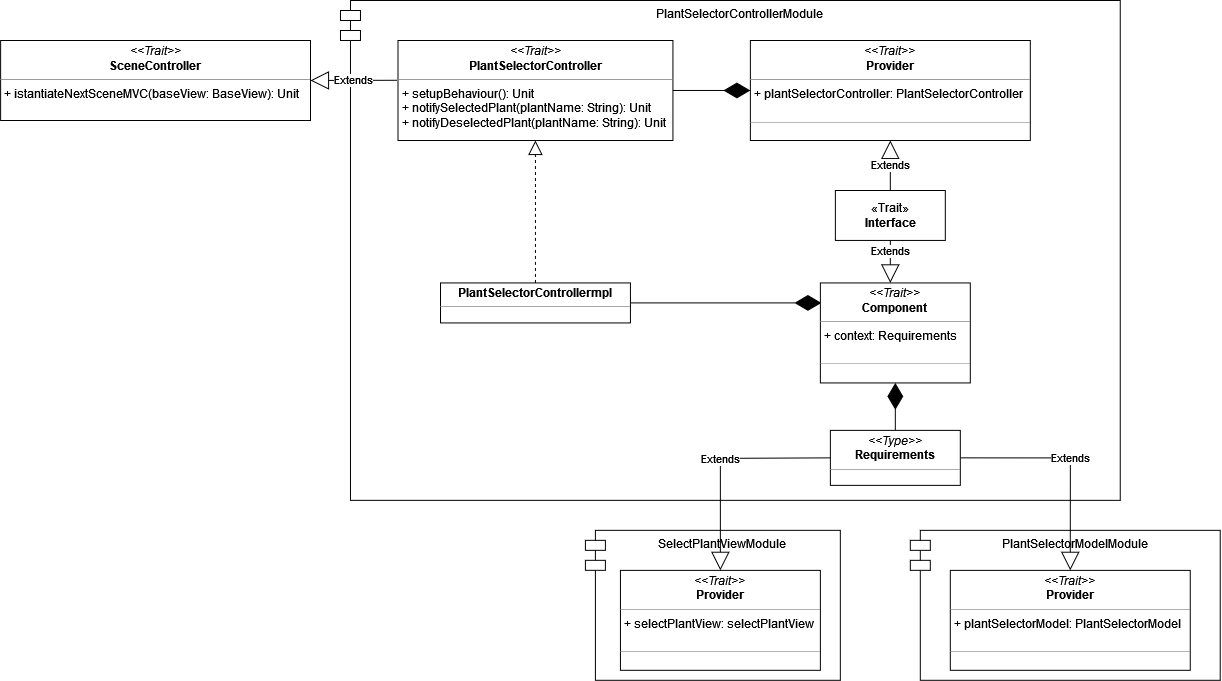
AnnaVitali/PPS-22-smartgh keeps this draw.io diagram as docs/img/plant_selector_controller.png. Above is the earlier version. Source tidied: cells renumbered, new cells last; positions are measured from the earlier drawing's top-left corner, leaving out a move shared by most shapes.
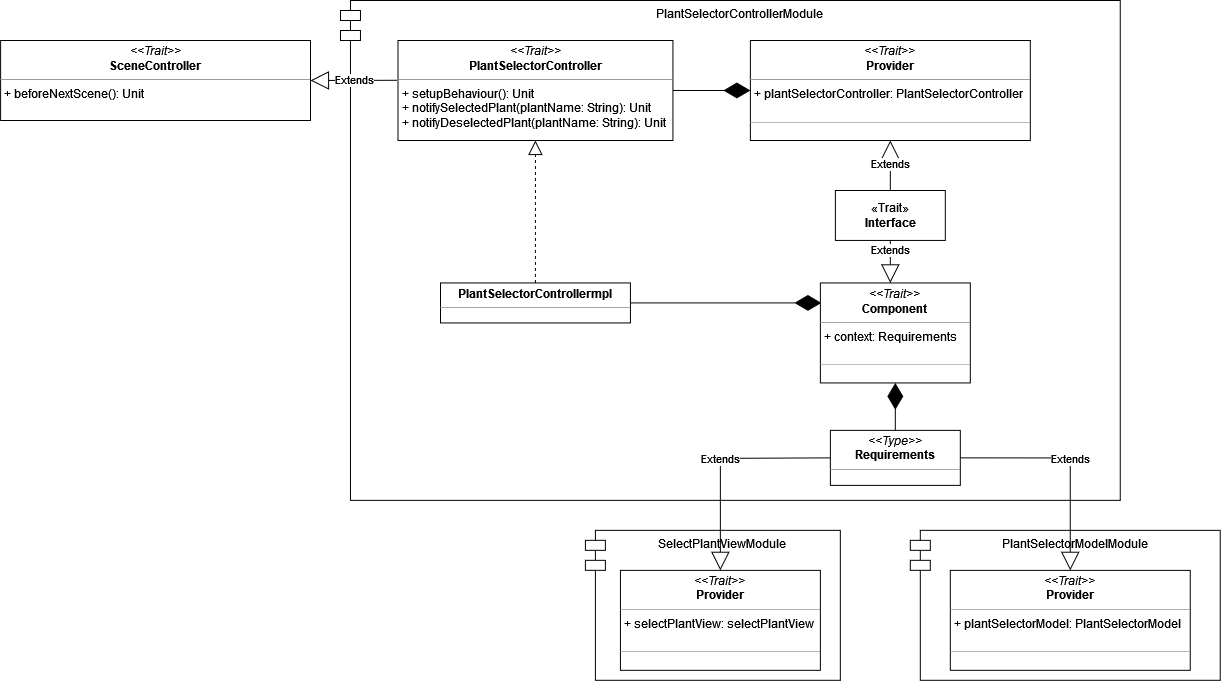
Above is the later version.

Diff of the diagram source:
```diff
@@ -14,7 +14,7 @@
     <mxCell id="5" value="&lt;p style=&quot;margin:0px;margin-top:4px;text-align:center;&quot;&gt;&lt;i&gt;&amp;lt;&amp;lt;Trait&amp;gt;&amp;gt;&lt;/i&gt;&lt;br&gt;&lt;b&gt;PlantSelectorController&lt;/b&gt;&lt;br&gt;&lt;/p&gt;&lt;hr size=&quot;1&quot;&gt;&lt;p style=&quot;margin:0px;margin-left:4px;&quot;&gt;+ setupBehaviour(): Unit&lt;br&gt;+ notifySelectedPlant(plantName: String): Unit&lt;/p&gt;&lt;p style=&quot;margin:0px;margin-left:4px;&quot;&gt;+ notifyDeselectedPlant(plantName: String): Unit&lt;/p&gt;" style="verticalAlign=top;align=left;overflow=fill;fontSize=12;fontFamily=Helvetica;html=1;fillColor=default;" parent="1" vertex="1">
       <mxGeometry x="397.5" y="40" width="275" height="100" as="geometry" />
     </mxCell>
-    <mxCell id="6" value="&lt;p style=&quot;margin:0px;margin-top:4px;text-align:center;&quot;&gt;&lt;i&gt;&amp;lt;&amp;lt;Trait&amp;gt;&amp;gt;&lt;/i&gt;&lt;br&gt;&lt;b&gt;SceneController&lt;/b&gt;&lt;br&gt;&lt;/p&gt;&lt;hr size=&quot;1&quot;&gt;&lt;p style=&quot;margin:0px;margin-left:4px;&quot;&gt;+ istantiateNextSceneMVC(baseView: BaseView): Unit&lt;/p&gt;" style="verticalAlign=top;align=left;overflow=fill;fontSize=12;fontFamily=Helvetica;html=1;fillColor=default;" parent="1" vertex="1">
+    <mxCell id="6" value="&lt;p style=&quot;margin:0px;margin-top:4px;text-align:center;&quot;&gt;&lt;i&gt;&amp;lt;&amp;lt;Trait&amp;gt;&amp;gt;&lt;/i&gt;&lt;br&gt;&lt;b&gt;SceneController&lt;/b&gt;&lt;br&gt;&lt;/p&gt;&lt;hr size=&quot;1&quot;&gt;&lt;p style=&quot;margin:0px;margin-left:4px;&quot;&gt;+ beforeNextScene(): Unit&lt;/p&gt;" style="verticalAlign=top;align=left;overflow=fill;fontSize=12;fontFamily=Helvetica;html=1;fillColor=default;" parent="1" vertex="1">
       <mxGeometry y="40" width="310" height="80" as="geometry" />
     </mxCell>
     <mxCell id="7" value="&lt;p style=&quot;margin:0px;margin-top:4px;text-align:center;&quot;&gt;&lt;i&gt;&amp;lt;&amp;lt;Trait&amp;gt;&amp;gt;&lt;/i&gt;&lt;br&gt;&lt;b&gt;Provider&lt;/b&gt;&lt;br&gt;&lt;/p&gt;&lt;hr size=&quot;1&quot;&gt;&lt;p style=&quot;margin:0px;margin-left:4px;&quot;&gt;+ plantSelectorController: PlantSelectorController&lt;br&gt;&lt;br&gt;&lt;/p&gt;&lt;hr size=&quot;1&quot;&gt;" style="verticalAlign=top;align=left;overflow=fill;fontSize=12;fontFamily=Helvetica;html=1;fillColor=default;" parent="1" vertex="1">
```
